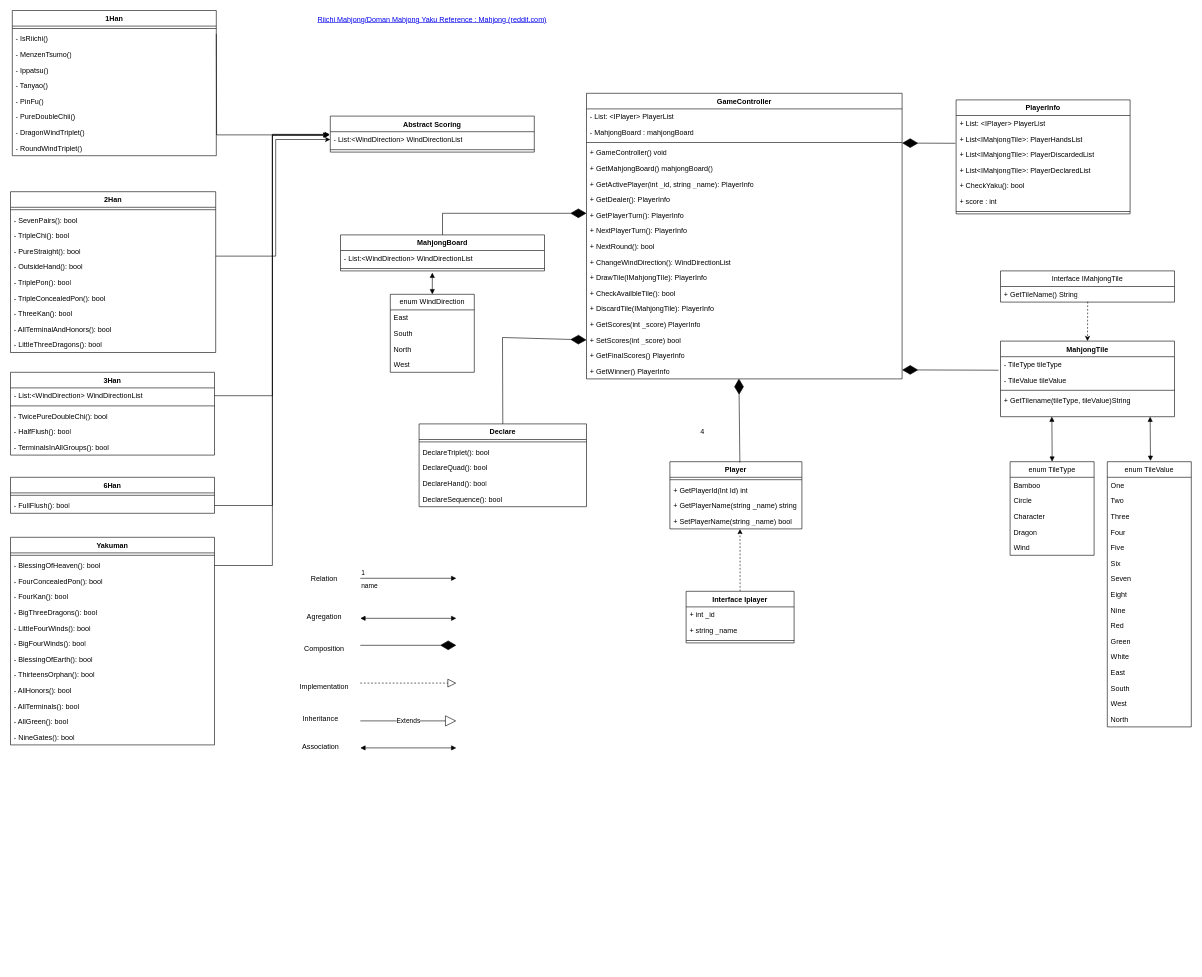
This is Mahjong Diagram.drawio from RobbiAdam/MahjongDiagram, a draw.io file, before an edit. Source tidied: cells renumbered, new cells numbered last; positions are measured from the earlier drawing's top-left corner, leaving out a move shared by most shapes. Both pictures are drawn from the tidied source at 60%, with x=0, y=0 at pixel (10, 10).
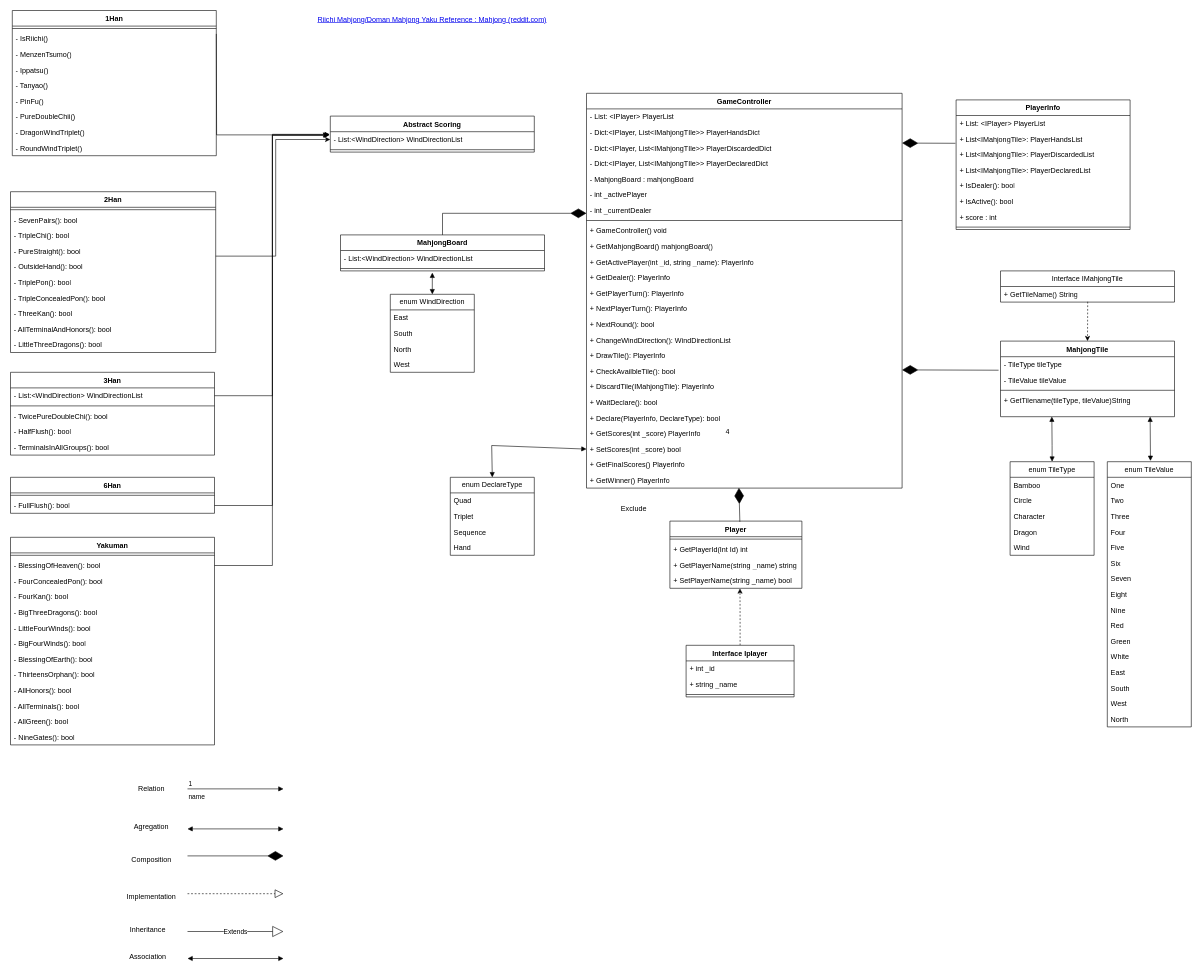
Above is the later version.

What changed in the source:
```diff
@@
     <mxCell id="2" value="GameController" style="swimlane;fontStyle=1;align=center;verticalAlign=top;horizontal=1;startSize=26;whiteSpace=wrap;html=1;" parent="1" vertex="1">
-      <mxGeometry x="960" y="138" width="526" height="476" as="geometry" />
+      <mxGeometry x="960" y="138" width="526" height="658" as="geometry" />
     </mxCell>
@@
+    <mxCell id="159" value="- Dict:&amp;lt;IPlayer, List&amp;lt;IMahjongTIle&amp;gt;&amp;gt; PlayerHandsDict" style="text;strokeColor=none;fillColor=none;align=left;verticalAlign=top;spacingLeft=4;spacingRight=4;overflow=hidden;whiteSpace=wrap;html=1;" parent="2" vertex="1">
+      <mxGeometry y="52" width="526" height="26" as="geometry" />
+    </mxCell>
+    <mxCell id="160" value="- Dict:&amp;lt;IPlayer, List&amp;lt;IMahjongTIle&amp;gt;&amp;gt; PlayerDiscardedDict" style="text;strokeColor=none;fillColor=none;align=left;verticalAlign=top;spacingLeft=4;spacingRight=4;overflow=hidden;whiteSpace=wrap;html=1;" parent="2" vertex="1">
+      <mxGeometry y="78" width="526" height="26" as="geometry" />
+    </mxCell>
+    <mxCell id="161" value="- Dict:&amp;lt;IPlayer, List&amp;lt;IMahjongTIle&amp;gt;&amp;gt; PlayerDeclaredDict" style="text;strokeColor=none;fillColor=none;align=left;verticalAlign=top;spacingLeft=4;spacingRight=4;overflow=hidden;whiteSpace=wrap;html=1;" parent="2" vertex="1">
+      <mxGeometry y="104" width="526" height="26" as="geometry" />
+    </mxCell>
     <mxCell id="4" value="- MahjongBoard : mahjongBoard" style="text;strokeColor=none;fillColor=none;align=left;verticalAlign=top;spacingLeft=4;spacingRight=4;overflow=hidden;whiteSpace=wrap;html=1;" parent="2" vertex="1">
-      <mxGeometry y="52" width="526" height="26" as="geometry" />
+      <mxGeometry y="130" width="526" height="26" as="geometry" />
     </mxCell>
+    <mxCell id="162" value="- int _activePlayer" style="text;strokeColor=none;fillColor=none;align=left;verticalAlign=top;spacingLeft=4;spacingRight=4;overflow=hidden;whiteSpace=wrap;html=1;" parent="2" vertex="1">
+      <mxGeometry y="156" width="526" height="26" as="geometry" />
+    </mxCell>
+    <mxCell id="163" value="- int _currentDealer" style="text;strokeColor=none;fillColor=none;align=left;verticalAlign=top;spacingLeft=4;spacingRight=4;overflow=hidden;whiteSpace=wrap;html=1;" parent="2" vertex="1">
+      <mxGeometry y="182" width="526" height="26" as="geometry" />
+    </mxCell>
     <mxCell id="5" style="line;strokeWidth=1;fillColor=none;align=left;verticalAlign=middle;spacingTop=-1;spacingLeft=3;spacingRight=3;labelPosition=right;strokeColor=inherit;" parent="2" vertex="1">
-      <mxGeometry y="78" width="526" height="8" as="geometry" />
+      <mxGeometry y="208" width="526" height="8" as="geometry" />
     </mxCell>
     <mxCell id="6" value="+ GameController() void" style="text;strokeColor=none;fillColor=none;align=left;verticalAlign=top;spacingLeft=4;spacingRight=4;overflow=hidden;whiteSpace=wrap;html=1;" parent="2" vertex="1">
-      <mxGeometry y="86" width="526" height="26" as="geometry" />
+      <mxGeometry y="216" width="526" height="26" as="geometry" />
     </mxCell>
     <mxCell id="7" value="+ GetMahjongBoard() mahjongBoard()" style="text;strokeColor=none;fillColor=none;align=left;verticalAlign=top;spacingLeft=4;spacingRight=4;overflow=hidden;whiteSpace=wrap;html=1;" parent="2" vertex="1">
-      <mxGeometry y="112" width="526" height="26" as="geometry" />
+      <mxGeometry y="242" width="526" height="26" as="geometry" />
     </mxCell>
     <mxCell id="8" value="+ GetActivePlayer(int _id, string _name): PlayerInfo" style="text;strokeColor=none;fillColor=none;align=left;verticalAlign=top;spacingLeft=4;spacingRight=4;overflow=hidden;whiteSpace=wrap;html=1;" parent="2" vertex="1">
-      <mxGeometry y="138" width="526" height="26" as="geometry" />
+      <mxGeometry y="268" width="526" height="26" as="geometry" />
     </mxCell>
     <mxCell id="9" value="+ GetDealer(): PlayerInfo" style="text;strokeColor=none;fillColor=none;align=left;verticalAlign=top;spacingLeft=4;spacingRight=4;overflow=hidden;whiteSpace=wrap;html=1;" parent="2" vertex="1">
-      <mxGeometry y="164" width="526" height="26" as="geometry" />
+      <mxGeometry y="294" width="526" height="26" as="geometry" />
     </mxCell>
     <mxCell id="10" value="+ GetPlayerTurn(): PlayerInfo" style="text;strokeColor=none;fillColor=none;align=left;verticalAlign=top;spacingLeft=4;spacingRight=4;overflow=hidden;whiteSpace=wrap;html=1;" parent="2" vertex="1">
-      <mxGeometry y="190" width="526" height="26" as="geometry" />
+      <mxGeometry y="320" width="526" height="26" as="geometry" />
     </mxCell>
     <mxCell id="11" value="+&amp;nbsp;NextPlayerTurn(): PlayerInfo" style="text;strokeColor=none;fillColor=none;align=left;verticalAlign=top;spacingLeft=4;spacingRight=4;overflow=hidden;whiteSpace=wrap;html=1;" parent="2" vertex="1">
-      <mxGeometry y="216" width="526" height="26" as="geometry" />
+      <mxGeometry y="346" width="526" height="26" as="geometry" />
     </mxCell>
     <mxCell id="12" value="+&amp;nbsp;NextRound(): bool" style="text;strokeColor=none;fillColor=none;align=left;verticalAlign=top;spacingLeft=4;spacingRight=4;overflow=hidden;whiteSpace=wrap;html=1;" parent="2" vertex="1">
-      <mxGeometry y="242" width="526" height="26" as="geometry" />
+      <mxGeometry y="372" width="526" height="26" as="geometry" />
     </mxCell>
     <mxCell id="13" value="+&amp;nbsp;ChangeWindDirection(): WindDirectionList" style="text;strokeColor=none;fillColor=none;align=left;verticalAlign=top;spacingLeft=4;spacingRight=4;overflow=hidden;whiteSpace=wrap;html=1;" parent="2" vertex="1">
-      <mxGeometry y="268" width="526" height="26" as="geometry" />
+      <mxGeometry y="398" width="526" height="26" as="geometry" />
     </mxCell>
-    <mxCell id="14" value="+&amp;nbsp;DrawTile(IMahjongTIle): PlayerInfo" style="text;strokeColor=none;fillColor=none;align=left;verticalAlign=top;spacingLeft=4;spacingRight=4;overflow=hidden;whiteSpace=wrap;html=1;" parent="2" vertex="1">
-      <mxGeometry y="294" width="526" height="26" as="geometry" />
+    <mxCell id="14" value="+&amp;nbsp;DrawTile(): PlayerInfo" style="text;strokeColor=none;fillColor=none;align=left;verticalAlign=top;spacingLeft=4;spacingRight=4;overflow=hidden;whiteSpace=wrap;html=1;" parent="2" vertex="1">
+      <mxGeometry y="424" width="526" height="26" as="geometry" />
     </mxCell>
     <mxCell id="15" value="+&amp;nbsp;CheckAvailbleTile(): bool" style="text;strokeColor=none;fillColor=none;align=left;verticalAlign=top;spacingLeft=4;spacingRight=4;overflow=hidden;whiteSpace=wrap;html=1;" parent="2" vertex="1">
-      <mxGeometry y="320" width="526" height="26" as="geometry" />
+      <mxGeometry y="450" width="526" height="26" as="geometry" />
     </mxCell>
+    <mxCell id="164" value="+&amp;nbsp;DiscardTile(IMahjongTile): PlayerInfo&lt;br&gt;&amp;nbsp;" style="text;strokeColor=none;fillColor=none;align=left;verticalAlign=top;spacingLeft=4;spacingRight=4;overflow=hidden;whiteSpace=wrap;html=1;" parent="2" vertex="1">
+      <mxGeometry y="476" width="526" height="26" as="geometry" />
+    </mxCell>
-    <mxCell id="16" value="+&amp;nbsp;DiscardTile(IMahjongTile): PlayerInfo&lt;br&gt;&amp;nbsp;" style="text;strokeColor=none;fillColor=none;align=left;verticalAlign=top;spacingLeft=4;spacingRight=4;overflow=hidden;whiteSpace=wrap;html=1;" parent="2" vertex="1">
-      <mxGeometry y="346" width="526" height="26" as="geometry" />
+    <mxCell id="16" value="+ WaitDeclare(): bool&lt;br&gt;&amp;nbsp;" style="text;strokeColor=none;fillColor=none;align=left;verticalAlign=top;spacingLeft=4;spacingRight=4;overflow=hidden;whiteSpace=wrap;html=1;" parent="2" vertex="1">
+      <mxGeometry y="502" width="526" height="26" as="geometry" />
     </mxCell>
+    <mxCell id="165" value="+ Declare(PlayerInfo, DeclareType): bool&amp;nbsp;" style="text;strokeColor=none;fillColor=none;align=left;verticalAlign=top;spacingLeft=4;spacingRight=4;overflow=hidden;whiteSpace=wrap;html=1;" parent="2" vertex="1">
+      <mxGeometry y="528" width="526" height="26" as="geometry" />
+    </mxCell>
     <mxCell id="17" value="+&amp;nbsp;GetScores(int _score) PlayerInfo" style="text;strokeColor=none;fillColor=none;align=left;verticalAlign=top;spacingLeft=4;spacingRight=4;overflow=hidden;whiteSpace=wrap;html=1;" parent="2" vertex="1">
-      <mxGeometry y="372" width="526" height="26" as="geometry" />
+      <mxGeometry y="554" width="526" height="26" as="geometry" />
     </mxCell>
     <mxCell id="18" value="+&amp;nbsp;SetScores(int _score) bool" style="text;strokeColor=none;fillColor=none;align=left;verticalAlign=top;spacingLeft=4;spacingRight=4;overflow=hidden;points=[[0,0.5],[1,0.5]];portConstraint=eastwest;whiteSpace=wrap;html=1;" parent="2" vertex="1">
-      <mxGeometry y="398" width="526" height="26" as="geometry" />
+      <mxGeometry y="580" width="526" height="26" as="geometry" />
     </mxCell>
     <mxCell id="19" value="+&amp;nbsp;GetFinalScores() PlayerInfo" style="text;strokeColor=none;fillColor=none;align=left;verticalAlign=top;spacingLeft=4;spacingRight=4;overflow=hidden;whiteSpace=wrap;html=1;" parent="2" vertex="1">
-      <mxGeometry y="424" width="526" height="26" as="geometry" />
+      <mxGeometry y="606" width="526" height="26" as="geometry" />
     </mxCell>
     <mxCell id="20" value="+&amp;nbsp;GetWinner() PlayerInfo" style="text;strokeColor=none;fillColor=none;align=left;verticalAlign=top;spacingLeft=4;spacingRight=4;overflow=hidden;points=[[0,0.5],[1,0.5]];portConstraint=eastwest;whiteSpace=wrap;html=1;" parent="2" vertex="1">
-      <mxGeometry y="450" width="526" height="26" as="geometry" />
+      <mxGeometry y="632" width="526" height="26" as="geometry" />
     </mxCell>
@@
     <mxCell id="25" value="Interface Iplayer" style="swimlane;fontStyle=1;align=center;verticalAlign=top;horizontal=1;startSize=26;whiteSpace=wrap;html=1;" parent="1" vertex="1">
-      <mxGeometry x="1126" y="968" width="180" height="86" as="geometry" />
+      <mxGeometry x="1126" y="1058" width="180" height="86" as="geometry" />
     </mxCell>
@@
     <mxCell id="29" value="Player" style="swimlane;fontStyle=1;align=center;verticalAlign=top;horizontal=1;startSize=26;whiteSpace=wrap;html=1;" parent="1" vertex="1">
-      <mxGeometry x="1099" y="752" width="220" height="112" as="geometry" />
+      <mxGeometry x="1099" y="851" width="220" height="112" as="geometry" />
     </mxCell>
@@
     <mxCell id="70" value="name" style="endArrow=block;endFill=1;html=1;edgeStyle=orthogonalEdgeStyle;align=left;verticalAlign=top;rounded=0;" parent="1" edge="1">
       <mxGeometry x="-1" relative="1" as="geometry">
-        <mxPoint x="583" y="946.3" as="sourcePoint" />
-        <mxPoint x="743" y="946.3" as="targetPoint" />
+        <mxPoint x="295" y="1297.3" as="sourcePoint" />
+        <mxPoint x="455" y="1297.3" as="targetPoint" />
       </mxGeometry>
     </mxCell>
@@
     <mxCell id="72" style="endArrow=block;startArrow=block;endFill=1;startFill=1;html=1;rounded=0;" parent="1" edge="1">
       <mxGeometry relative="1" as="geometry">
-        <mxPoint x="583" y="1013" as="sourcePoint" />
-        <mxPoint x="743" y="1013" as="targetPoint" />
+        <mxPoint x="295" y="1364" as="sourcePoint" />
+        <mxPoint x="455" y="1364" as="targetPoint" />
       </mxGeometry>
     </mxCell>
     <mxCell id="73" value="Relation" style="text;html=1;strokeColor=none;fillColor=none;align=center;verticalAlign=middle;whiteSpace=wrap;rounded=0;" parent="1" vertex="1">
-      <mxGeometry x="493" y="932" width="60" height="30" as="geometry" />
+      <mxGeometry x="205" y="1283" width="60" height="30" as="geometry" />
     </mxCell>
     <mxCell id="74" value="Agregation" style="text;html=1;strokeColor=none;fillColor=none;align=center;verticalAlign=middle;whiteSpace=wrap;rounded=0;" parent="1" vertex="1">
-      <mxGeometry x="493" y="995" width="60" height="30" as="geometry" />
+      <mxGeometry x="205" y="1346" width="60" height="30" as="geometry" />
     </mxCell>
     <mxCell id="75" style="endArrow=diamondThin;endFill=1;endSize=24;html=1;rounded=0;" parent="1" edge="1">
       <mxGeometry relative="1" as="geometry">
-        <mxPoint x="583" y="1058" as="sourcePoint" />
-        <mxPoint x="743" y="1058" as="targetPoint" />
+        <mxPoint x="295" y="1409" as="sourcePoint" />
+        <mxPoint x="455" y="1409" as="targetPoint" />
       </mxGeometry>
     </mxCell>
     <mxCell id="76" value="Composition" style="text;html=1;strokeColor=none;fillColor=none;align=center;verticalAlign=middle;whiteSpace=wrap;rounded=0;" parent="1" vertex="1">
-      <mxGeometry x="493" y="1049" width="60" height="30" as="geometry" />
+      <mxGeometry x="205" y="1400" width="60" height="30" as="geometry" />
     </mxCell>
     <mxCell id="77" style="endArrow=block;dashed=1;endFill=0;endSize=12;html=1;rounded=0;" parent="1" edge="1">
       <mxGeometry relative="1" as="geometry">
-        <mxPoint x="583" y="1121" as="sourcePoint" />
-        <mxPoint x="743" y="1121" as="targetPoint" />
+        <mxPoint x="295" y="1472" as="sourcePoint" />
+        <mxPoint x="455" y="1472" as="targetPoint" />
       </mxGeometry>
     </mxCell>
     <mxCell id="78" value="Implementation" style="text;html=1;strokeColor=none;fillColor=none;align=center;verticalAlign=middle;whiteSpace=wrap;rounded=0;" parent="1" vertex="1">
-      <mxGeometry x="493" y="1112" width="60" height="30" as="geometry" />
+      <mxGeometry x="205" y="1463" width="60" height="30" as="geometry" />
     </mxCell>
     <mxCell id="79" value="Extends" style="endArrow=block;endSize=16;endFill=0;html=1;rounded=0;" parent="1" edge="1">
       <mxGeometry relative="1" as="geometry">
-        <mxPoint x="583" y="1184" as="sourcePoint" />
-        <mxPoint x="743" y="1184" as="targetPoint" />
+        <mxPoint x="295" y="1535" as="sourcePoint" />
+        <mxPoint x="455" y="1535" as="targetPoint" />
       </mxGeometry>
     </mxCell>
     <mxCell id="80" value="Inheritance" style="text;html=1;strokeColor=none;fillColor=none;align=center;verticalAlign=middle;whiteSpace=wrap;rounded=0;" parent="1" vertex="1">
-      <mxGeometry x="487" y="1166" width="60" height="30" as="geometry" />
+      <mxGeometry x="199" y="1517" width="60" height="30" as="geometry" />
     </mxCell>
     <mxCell id="81" style="endArrow=block;startArrow=block;endFill=1;startFill=1;html=1;rounded=0;" parent="1" edge="1">
       <mxGeometry relative="1" as="geometry">
-        <mxPoint x="583" y="1229" as="sourcePoint" />
-        <mxPoint x="743" y="1229" as="targetPoint" />
+        <mxPoint x="295" y="1580" as="sourcePoint" />
+        <mxPoint x="455" y="1580" as="targetPoint" />
       </mxGeometry>
     </mxCell>
     <mxCell id="82" value="Association" style="text;html=1;strokeColor=none;fillColor=none;align=center;verticalAlign=middle;whiteSpace=wrap;rounded=0;" parent="1" vertex="1">
-      <mxGeometry x="487" y="1212" width="60" height="30" as="geometry" />
+      <mxGeometry x="199" y="1563" width="60" height="30" as="geometry" />
     </mxCell>
@@
     <mxCell id="87" value="PlayerInfo" style="swimlane;fontStyle=1;align=center;verticalAlign=top;horizontal=1;startSize=26;whiteSpace=wrap;html=1;" parent="1" vertex="1">
-      <mxGeometry x="1576" y="149" width="290" height="190" as="geometry" />
+      <mxGeometry x="1576" y="149" width="290" height="216" as="geometry" />
     </mxCell>
@@
-    <mxCell id="92" value="+&amp;nbsp;CheckYaku(): bool" style="text;strokeColor=none;fillColor=none;align=left;verticalAlign=top;spacingLeft=4;spacingRight=4;overflow=hidden;whiteSpace=wrap;html=1;" parent="87" vertex="1">
-      <mxGeometry y="130" width="290" height="26" as="geometry" />
-    </mxCell>
+    <mxCell id="166" value="+&amp;nbsp;IsDealer(): bool" style="text;strokeColor=none;fillColor=none;align=left;verticalAlign=top;spacingLeft=4;spacingRight=4;overflow=hidden;whiteSpace=wrap;html=1;" parent="87" vertex="1">
+      <mxGeometry y="130" width="290" height="26" as="geometry" />
+    </mxCell>
+    <mxCell id="167" value="+&amp;nbsp;IsActive(): bool" style="text;strokeColor=none;fillColor=none;align=left;verticalAlign=top;spacingLeft=4;spacingRight=4;overflow=hidden;whiteSpace=wrap;html=1;" parent="87" vertex="1">
+      <mxGeometry y="156" width="290" height="26" as="geometry" />
+    </mxCell>
     <mxCell id="93" value="+ score : int" style="text;strokeColor=none;fillColor=none;align=left;verticalAlign=top;spacingLeft=4;spacingRight=4;overflow=hidden;whiteSpace=wrap;html=1;" parent="87" vertex="1">
-      <mxGeometry y="156" width="290" height="26" as="geometry" />
+      <mxGeometry y="182" width="290" height="26" as="geometry" />
     </mxCell>
     <mxCell id="94" style="line;strokeWidth=1;fillColor=none;align=left;verticalAlign=middle;spacingTop=-1;spacingLeft=3;spacingRight=3;labelPosition=right;strokeColor=inherit;" parent="87" vertex="1">
-      <mxGeometry y="182" width="290" height="8" as="geometry" />
+      <mxGeometry y="208" width="290" height="8" as="geometry" />
     </mxCell>
-    <mxCell id="95" value="Declare" style="swimlane;fontStyle=1;align=center;verticalAlign=top;horizontal=1;startSize=26;whiteSpace=wrap;html=1;" parent="1" vertex="1">
-      <mxGeometry x="681" y="689" width="279" height="138" as="geometry" />
-    </mxCell>
-    <mxCell id="96" style="line;strokeWidth=1;fillColor=none;align=left;verticalAlign=middle;spacingTop=-1;spacingLeft=3;spacingRight=3;labelPosition=right;strokeColor=inherit;" parent="95" vertex="1">
-      <mxGeometry y="26" width="279" height="8" as="geometry" />
-    </mxCell>
-    <mxCell id="97" value="DeclareTriplet(): bool" style="text;strokeColor=none;fillColor=none;align=left;verticalAlign=top;spacingLeft=4;spacingRight=4;overflow=hidden;whiteSpace=wrap;html=1;" parent="95" vertex="1">
-      <mxGeometry y="34" width="279" height="26" as="geometry" />
-    </mxCell>
-    <mxCell id="98" value="DeclareQuad():&amp;nbsp;bool" style="text;strokeColor=none;fillColor=none;align=left;verticalAlign=top;spacingLeft=4;spacingRight=4;overflow=hidden;whiteSpace=wrap;html=1;" parent="95" vertex="1">
-      <mxGeometry y="60" width="279" height="26" as="geometry" />
-    </mxCell>
-    <mxCell id="99" value="DeclareHand(): bool" style="text;strokeColor=none;fillColor=none;align=left;verticalAlign=top;spacingLeft=4;spacingRight=4;overflow=hidden;whiteSpace=wrap;html=1;" parent="95" vertex="1">
-      <mxGeometry y="86" width="279" height="26" as="geometry" />
-    </mxCell>
-    <mxCell id="100" value="DeclareSequence():&amp;nbsp;bool" style="text;strokeColor=none;fillColor=none;align=left;verticalAlign=top;spacingLeft=4;spacingRight=4;overflow=hidden;whiteSpace=wrap;html=1;" parent="95" vertex="1">
-      <mxGeometry y="112" width="279" height="26" as="geometry" />
-    </mxCell>
@@
     <mxCell id="102" value="4" style="text;strokeColor=none;fillColor=none;align=left;verticalAlign=top;spacingLeft=4;spacingRight=4;overflow=hidden;whiteSpace=wrap;html=1;" parent="1" vertex="1">
-      <mxGeometry x="1144" y="689" width="220" height="26" as="geometry" />
+      <mxGeometry x="1186" y="689" width="220" height="26" as="geometry" />
     </mxCell>
@@
-    <mxCell id="105" style="endArrow=diamondThin;endFill=1;endSize=24;html=1;rounded=0;exitX=0.5;exitY=0;exitDx=0;exitDy=0;entryX=0;entryY=0.5;entryDx=0;entryDy=0;" parent="1" edge="1" source="95" target="18">
-      <mxGeometry relative="1" as="geometry">
-        <Array as="points">
-          <mxPoint x="820" y="545" />
-        </Array>
-      </mxGeometry>
-    </mxCell>
@@
+    <mxCell id="168" value="Exclude" style="text;html=1;strokeColor=none;fillColor=none;align=center;verticalAlign=middle;whiteSpace=wrap;rounded=0;" parent="1" vertex="1">
+      <mxGeometry x="1009" y="815" width="60" height="30" as="geometry" />
+    </mxCell>
+    <mxCell id="169" value="enum DeclareType" style="swimlane;fontStyle=0;horizontal=1;startSize=26;fillColor=none;whiteSpace=wrap;html=1;" parent="1" vertex="1">
+      <mxGeometry x="733" y="778" width="140" height="130" as="geometry" />
+    </mxCell>
+    <mxCell id="98" value="Quad" style="text;strokeColor=none;fillColor=none;align=left;verticalAlign=top;spacingLeft=4;spacingRight=4;overflow=hidden;whiteSpace=wrap;html=1;" parent="169" vertex="1">
+      <mxGeometry y="26" width="140" height="26" as="geometry" />
+    </mxCell>
+    <mxCell id="100" value="Triplet" style="text;strokeColor=none;fillColor=none;align=left;verticalAlign=top;spacingLeft=4;spacingRight=4;overflow=hidden;whiteSpace=wrap;html=1;" parent="169" vertex="1">
+      <mxGeometry y="52" width="140" height="26" as="geometry" />
+    </mxCell>
+    <mxCell id="99" value="Sequence" style="text;strokeColor=none;fillColor=none;align=left;verticalAlign=top;spacingLeft=4;spacingRight=4;overflow=hidden;whiteSpace=wrap;html=1;" parent="169" vertex="1">
+      <mxGeometry y="78" width="140" height="26" as="geometry" />
+    </mxCell>
+    <mxCell id="170" value="Hand" style="text;strokeColor=none;fillColor=none;align=left;verticalAlign=top;spacingLeft=4;spacingRight=4;overflow=hidden;whiteSpace=wrap;html=1;" parent="169" vertex="1">
+      <mxGeometry y="104" width="140" height="26" as="geometry" />
+    </mxCell>
+    <mxCell id="171" style="endArrow=block;startArrow=block;endFill=1;startFill=1;html=1;rounded=0;entryX=0.5;entryY=0;entryDx=0;entryDy=0;exitX=0;exitY=0.5;exitDx=0;exitDy=0;" parent="1" edge="1" source="18" target="169">
+      <mxGeometry relative="1" as="geometry">
+        <Array as="points">
+          <mxPoint x="802" y="725" />
+        </Array>
+      </mxGeometry>
+    </mxCell>
```
